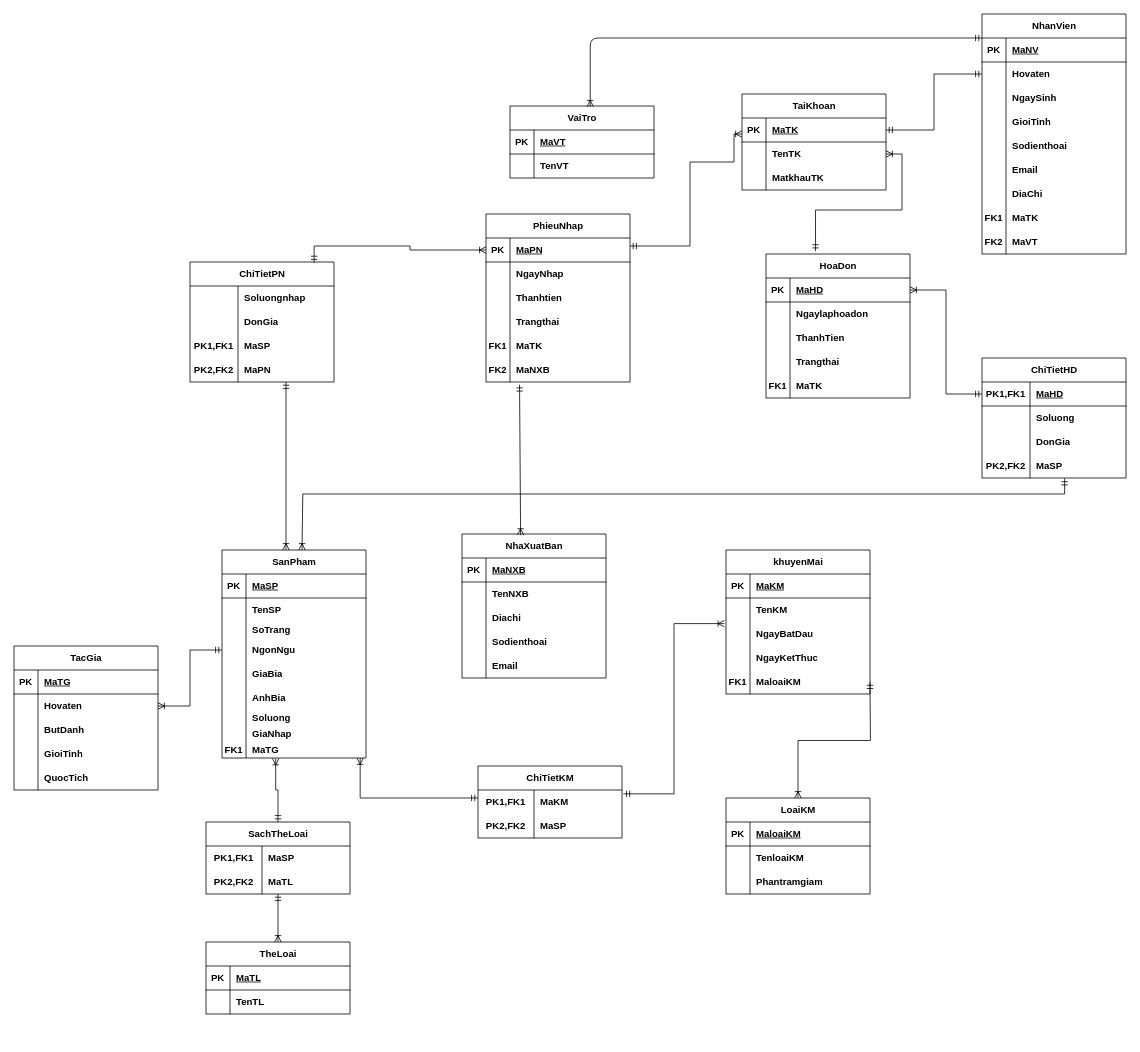
LuuD04N/CNPM_QLSach_Backup keeps this draw.io diagram as DrawIO/ERD.drawio. Above is the earlier version. Source tidied: cells renumbered, new cells numbered last; positions are measured from the earlier drawing's top-left corner, leaving out a move shared by most shapes. Both pictures are drawn from the tidied source at 80%, with x=0, y=0 at pixel (14, 14).
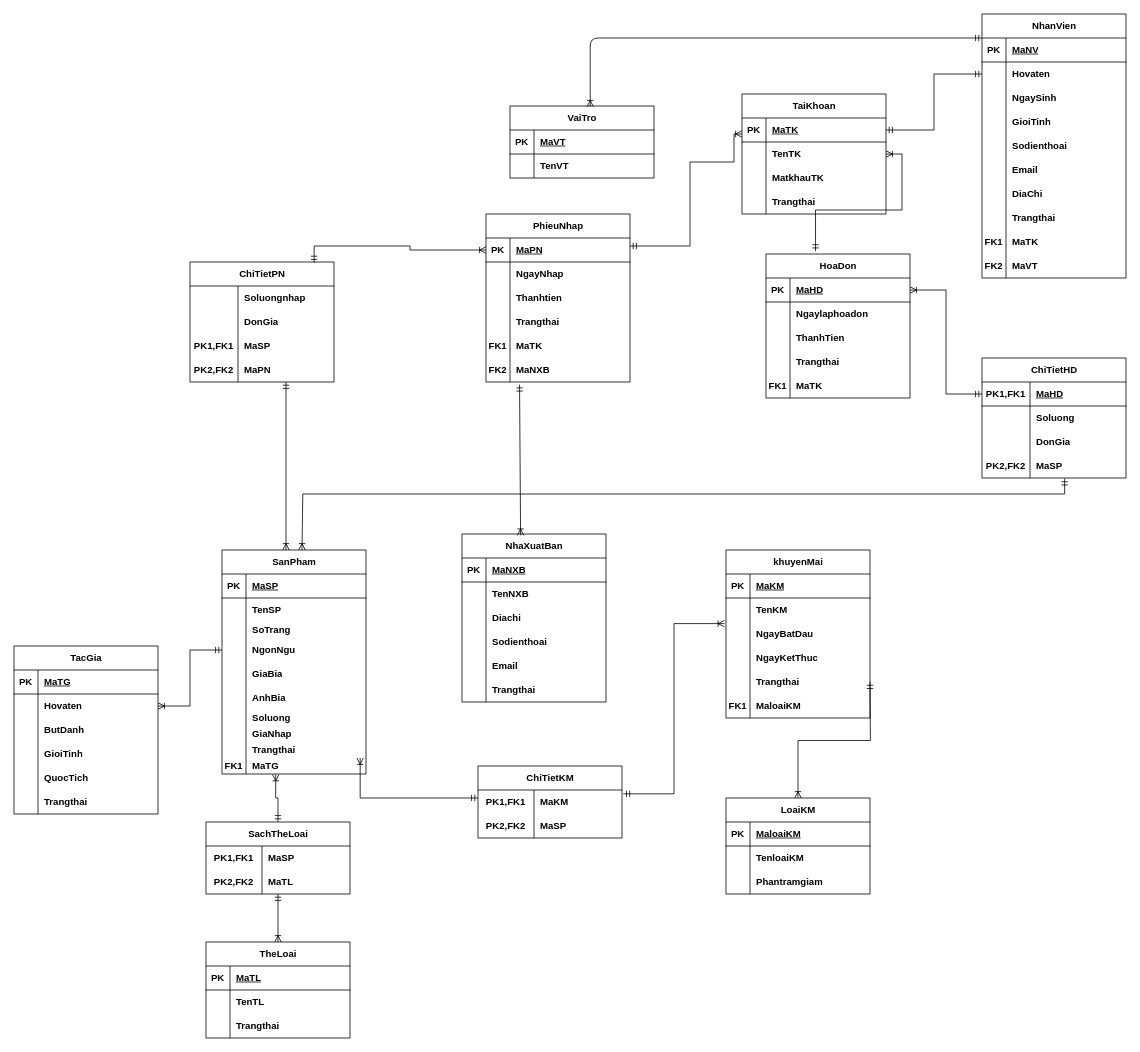
The same diagram, later.

Commit message (it also covers changes not shown here):
them thuoc tinh trang thai cho cac doi tuong trong csdl

Diff of the diagram source:
```diff
@@
     <mxCell id="2" value="TaiKhoan" style="shape=table;startSize=30;childLayout=tableLayout;rowLines=0;fontStyle=1;align=center;html=1;columnLines=1;resizeLastRow=0;bottom=1;top=1;" parent="1" vertex="1">
-      <mxGeometry x="910" y="100" width="180" height="120" as="geometry" />
+      <mxGeometry x="910" y="100" width="180" height="150" as="geometry" />
     </mxCell>
@@
+    <mxCell id="231" style="shape=tableRow;horizontal=0;startSize=0;swimlaneHead=0;swimlaneBody=0;fillColor=none;top=0;left=0;right=0;bottom=0;" parent="2" vertex="1">
+      <mxGeometry y="120" width="180" height="30" as="geometry" />
+    </mxCell>
+    <mxCell id="232" style="shape=partialRectangle;fillColor=none;top=0;left=0;bottom=0;right=0;overflow=hidden;whiteSpace=wrap;html=1;fontStyle=1;" parent="231" vertex="1">
+      <mxGeometry width="30" height="30" as="geometry" />
+    </mxCell>
+    <mxCell id="233" value="Trangthai" style="shape=partialRectangle;fillColor=none;top=0;left=0;bottom=0;right=0;align=left;spacingLeft=6;overflow=hidden;whiteSpace=wrap;html=1;fontStyle=1;" parent="231" vertex="1">
+      <mxGeometry x="30" width="150" height="30" as="geometry" />
+    </mxCell>
@@
     <mxCell id="21" value="NhanVien" style="shape=table;startSize=30;childLayout=tableLayout;rowLines=0;fontStyle=1;align=center;html=1;" parent="1" vertex="1">
-      <mxGeometry x="1210" width="180" height="300" as="geometry" />
+      <mxGeometry x="1210" width="180" height="330" as="geometry" />
     </mxCell>
@@
+    <mxCell id="234" style="shape=tableRow;horizontal=0;startSize=0;swimlaneHead=0;swimlaneBody=0;fillColor=none;top=0;left=0;right=0;bottom=0;fontStyle=1;" parent="21" vertex="1">
+      <mxGeometry y="240" width="180" height="30" as="geometry" />
+    </mxCell>
+    <mxCell id="235" style="shape=partialRectangle;fillColor=none;top=0;left=0;bottom=0;right=0;overflow=hidden;whiteSpace=wrap;html=1;fontStyle=1;" parent="234" vertex="1">
+      <mxGeometry width="30" height="30" as="geometry" />
+    </mxCell>
+    <mxCell id="236" value="Trangthai" style="shape=partialRectangle;fillColor=none;top=0;left=0;bottom=0;right=0;align=left;spacingLeft=6;overflow=hidden;whiteSpace=wrap;html=1;fontStyle=1;" parent="234" vertex="1">
+      <mxGeometry x="30" width="150" height="30" as="geometry" />
+    </mxCell>
     <mxCell id="43" style="shape=tableRow;horizontal=0;startSize=0;swimlaneHead=0;swimlaneBody=0;fillColor=none;top=0;left=0;right=0;bottom=0;fontStyle=1;" parent="21" vertex="1">
-      <mxGeometry y="240" width="180" height="30" as="geometry" />
+      <mxGeometry y="270" width="180" height="30" as="geometry" />
     </mxCell>
@@
     <mxCell id="46" style="shape=tableRow;horizontal=0;startSize=0;swimlaneHead=0;swimlaneBody=0;fillColor=none;top=0;left=0;right=0;bottom=0;fontStyle=1;" parent="21" vertex="1">
-      <mxGeometry y="270" width="180" height="30" as="geometry" />
+      <mxGeometry y="300" width="180" height="30" as="geometry" />
     </mxCell>
@@
     <mxCell id="49" value="TacGia" style="shape=table;startSize=30;childLayout=tableLayout;rowLines=0;fontStyle=1;align=center;html=1;" parent="1" vertex="1">
-      <mxGeometry y="790" width="180" height="180" as="geometry" />
+      <mxGeometry y="790" width="180" height="210" as="geometry" />
     </mxCell>
@@
+    <mxCell id="237" style="shape=tableRow;horizontal=0;startSize=0;swimlaneHead=0;swimlaneBody=0;fillColor=none;top=0;left=0;right=0;bottom=0;fontStyle=1;" parent="49" vertex="1">
+      <mxGeometry y="180" width="180" height="30" as="geometry" />
+    </mxCell>
+    <mxCell id="238" style="shape=partialRectangle;fillColor=none;top=0;left=0;bottom=0;right=0;overflow=hidden;whiteSpace=wrap;html=1;fontStyle=1;" parent="237" vertex="1">
+      <mxGeometry width="30" height="30" as="geometry" />
+    </mxCell>
+    <mxCell id="239" value="Trangthai" style="shape=partialRectangle;fillColor=none;top=0;left=0;bottom=0;right=0;align=left;spacingLeft=6;overflow=hidden;whiteSpace=wrap;html=1;fontStyle=1;" parent="237" vertex="1">
+      <mxGeometry x="30" width="150" height="30" as="geometry" />
+    </mxCell>
     <mxCell id="65" value="SanPham" style="shape=table;startSize=30;childLayout=tableLayout;rowLines=0;fontStyle=1;align=center;html=1;" parent="1" vertex="1">
-      <mxGeometry x="260" y="670" width="180" height="260" as="geometry" />
+      <mxGeometry x="260" y="670" width="180" height="280" as="geometry" />
     </mxCell>
@@
+    <mxCell id="240" style="shape=tableRow;horizontal=0;startSize=0;swimlaneHead=0;swimlaneBody=0;fillColor=none;top=0;left=0;right=0;bottom=0;fontStyle=1;" parent="65" vertex="1">
+      <mxGeometry y="240" width="180" height="20" as="geometry" />
+    </mxCell>
+    <mxCell id="241" style="shape=partialRectangle;fillColor=none;top=0;left=0;bottom=0;right=0;overflow=hidden;whiteSpace=wrap;html=1;fontStyle=1;" parent="240" vertex="1">
+      <mxGeometry width="30" height="20" as="geometry" />
+    </mxCell>
+    <mxCell id="242" value="Trangthai" style="shape=partialRectangle;fillColor=none;top=0;left=0;bottom=0;right=0;align=left;spacingLeft=6;overflow=hidden;whiteSpace=wrap;html=1;fontStyle=1;" parent="240" vertex="1">
+      <mxGeometry x="30" width="150" height="20" as="geometry" />
+    </mxCell>
     <mxCell id="90" style="shape=tableRow;horizontal=0;startSize=0;swimlaneHead=0;swimlaneBody=0;fillColor=none;points=[[0,0.5],[1,0.5]];portConstraint=eastwest;top=0;left=0;right=0;bottom=0;fontStyle=1;" parent="65" vertex="1">
-      <mxGeometry y="240" width="180" height="20" as="geometry" />
+      <mxGeometry y="260" width="180" height="20" as="geometry" />
     </mxCell>
@@
     <mxCell id="93" value="NhaXuatBan" style="shape=table;startSize=30;childLayout=tableLayout;rowLines=0;fontStyle=1;align=center;html=1;" parent="1" vertex="1">
-      <mxGeometry x="560" y="650" width="180" height="180" as="geometry" />
+      <mxGeometry x="560" y="650" width="180" height="210" as="geometry" />
     </mxCell>
@@
+    <mxCell id="243" style="shape=tableRow;horizontal=0;startSize=0;swimlaneHead=0;swimlaneBody=0;fillColor=none;top=0;left=0;right=0;bottom=0;fontStyle=1;" parent="93" vertex="1">
+      <mxGeometry y="180" width="180" height="30" as="geometry" />
+    </mxCell>
+    <mxCell id="244" style="shape=partialRectangle;fillColor=none;top=0;left=0;bottom=0;right=0;overflow=hidden;whiteSpace=wrap;html=1;fontStyle=1;" parent="243" vertex="1">
+      <mxGeometry width="30" height="30" as="geometry" />
+    </mxCell>
+    <mxCell id="245" value="Trangthai" style="shape=partialRectangle;fillColor=none;top=0;left=0;bottom=0;right=0;align=left;spacingLeft=6;overflow=hidden;whiteSpace=wrap;html=1;fontStyle=1;" parent="243" vertex="1">
+      <mxGeometry x="30" width="150" height="30" as="geometry" />
+    </mxCell>
@@
     <mxCell id="176" value="TheLoai" style="shape=table;startSize=30;childLayout=tableLayout;rowLines=0;fontStyle=1;align=center;html=1;" parent="1" vertex="1">
-      <mxGeometry x="240" y="1160" width="180" height="90" as="geometry" />
+      <mxGeometry x="240" y="1160" width="180" height="120" as="geometry" />
     </mxCell>
@@
+    <mxCell id="246" style="shape=tableRow;horizontal=0;startSize=0;swimlaneHead=0;swimlaneBody=0;fillColor=none;top=0;left=0;right=0;bottom=0;fontStyle=1;" parent="176" vertex="1">
+      <mxGeometry y="90" width="180" height="30" as="geometry" />
+    </mxCell>
+    <mxCell id="247" style="shape=partialRectangle;fillColor=none;top=0;left=0;bottom=0;right=0;overflow=hidden;whiteSpace=wrap;html=1;fontStyle=1;" parent="246" vertex="1">
+      <mxGeometry width="30" height="30" as="geometry" />
+    </mxCell>
+    <mxCell id="248" value="Trangthai" style="shape=partialRectangle;fillColor=none;top=0;left=0;bottom=0;right=0;align=left;spacingLeft=6;overflow=hidden;whiteSpace=wrap;html=1;fontStyle=1;" parent="246" vertex="1">
+      <mxGeometry x="30" width="150" height="30" as="geometry" />
+    </mxCell>
     <mxCell id="183" value="khuyenMai" style="shape=table;startSize=30;childLayout=tableLayout;rowLines=0;fontStyle=1;align=center;html=1;" parent="1" vertex="1">
-      <mxGeometry x="890" y="670" width="180" height="180" as="geometry" />
+      <mxGeometry x="890" y="670" width="180" height="210" as="geometry" />
     </mxCell>
@@
+    <mxCell id="249" style="shape=tableRow;horizontal=0;startSize=0;swimlaneHead=0;swimlaneBody=0;fillColor=none;top=0;left=0;right=0;bottom=0;fontStyle=1;" parent="183" vertex="1">
+      <mxGeometry y="150" width="180" height="30" as="geometry" />
+    </mxCell>
+    <mxCell id="250" style="shape=partialRectangle;fillColor=none;top=0;left=0;bottom=0;right=0;overflow=hidden;whiteSpace=wrap;html=1;fontStyle=1;" parent="249" vertex="1">
+      <mxGeometry width="30" height="30" as="geometry" />
+    </mxCell>
+    <mxCell id="251" value="Trangthai" style="shape=partialRectangle;fillColor=none;top=0;left=0;bottom=0;right=0;align=left;spacingLeft=6;overflow=hidden;whiteSpace=wrap;html=1;fontStyle=1;" parent="249" vertex="1">
+      <mxGeometry x="30" width="150" height="30" as="geometry" />
+    </mxCell>
     <mxCell id="196" style="shape=tableRow;horizontal=0;startSize=0;swimlaneHead=0;swimlaneBody=0;fillColor=none;top=0;left=0;right=0;bottom=0;fontStyle=1;" parent="183" vertex="1">
-      <mxGeometry y="150" width="180" height="30" as="geometry" />
+      <mxGeometry y="180" width="180" height="30" as="geometry" />
     </mxCell>
```
